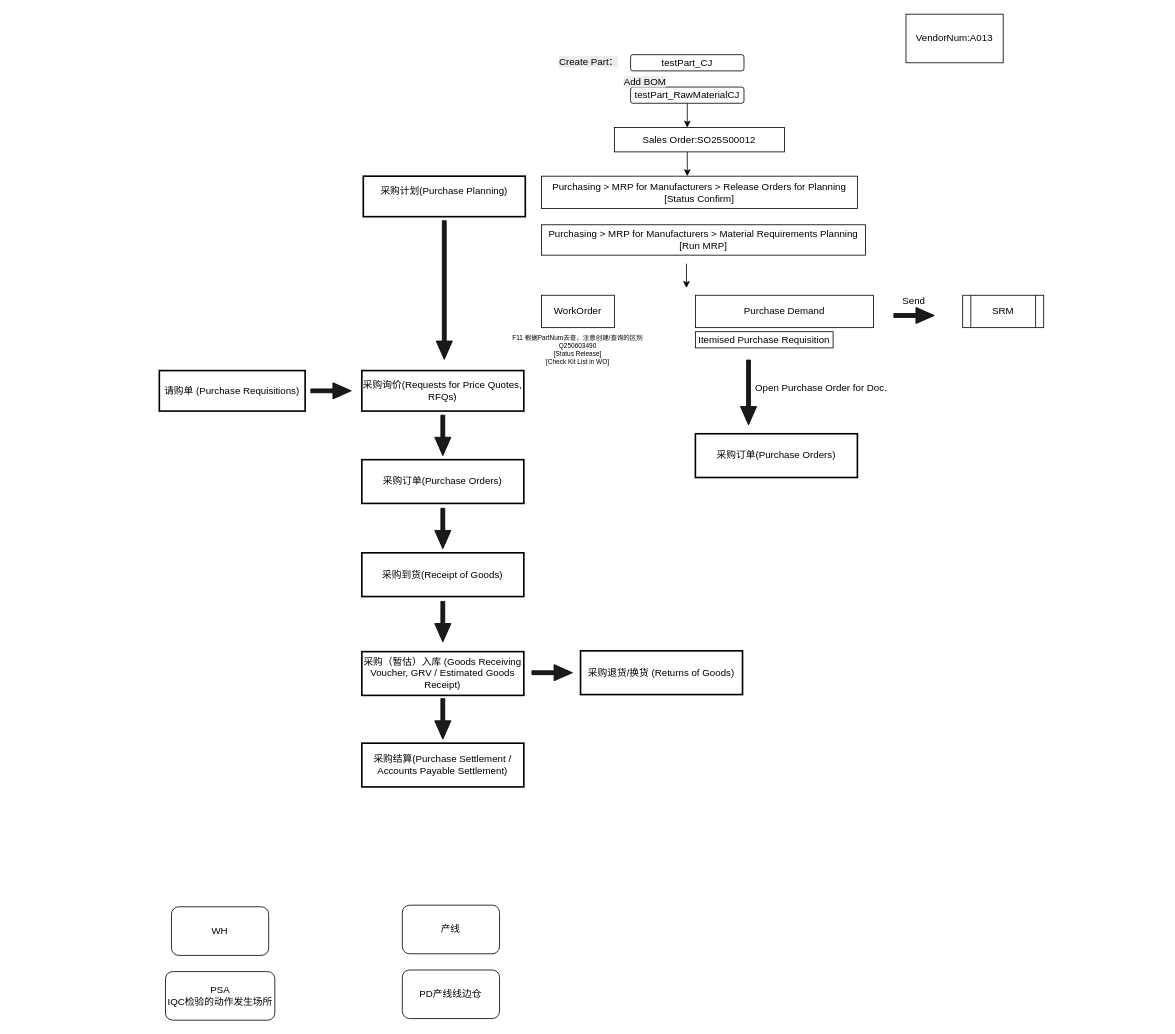
The draw.io diagram ERP.drawio in CJyoung524/DrawIO, before the edit. Source tidied: cells renumbered, new cells numbered last; positions are measured from the earlier drawing's top-left corner, leaving out a move shared by most shapes. Both pictures are drawn from the tidied source at 81%, with x=0, y=0 at pixel (159, 14).
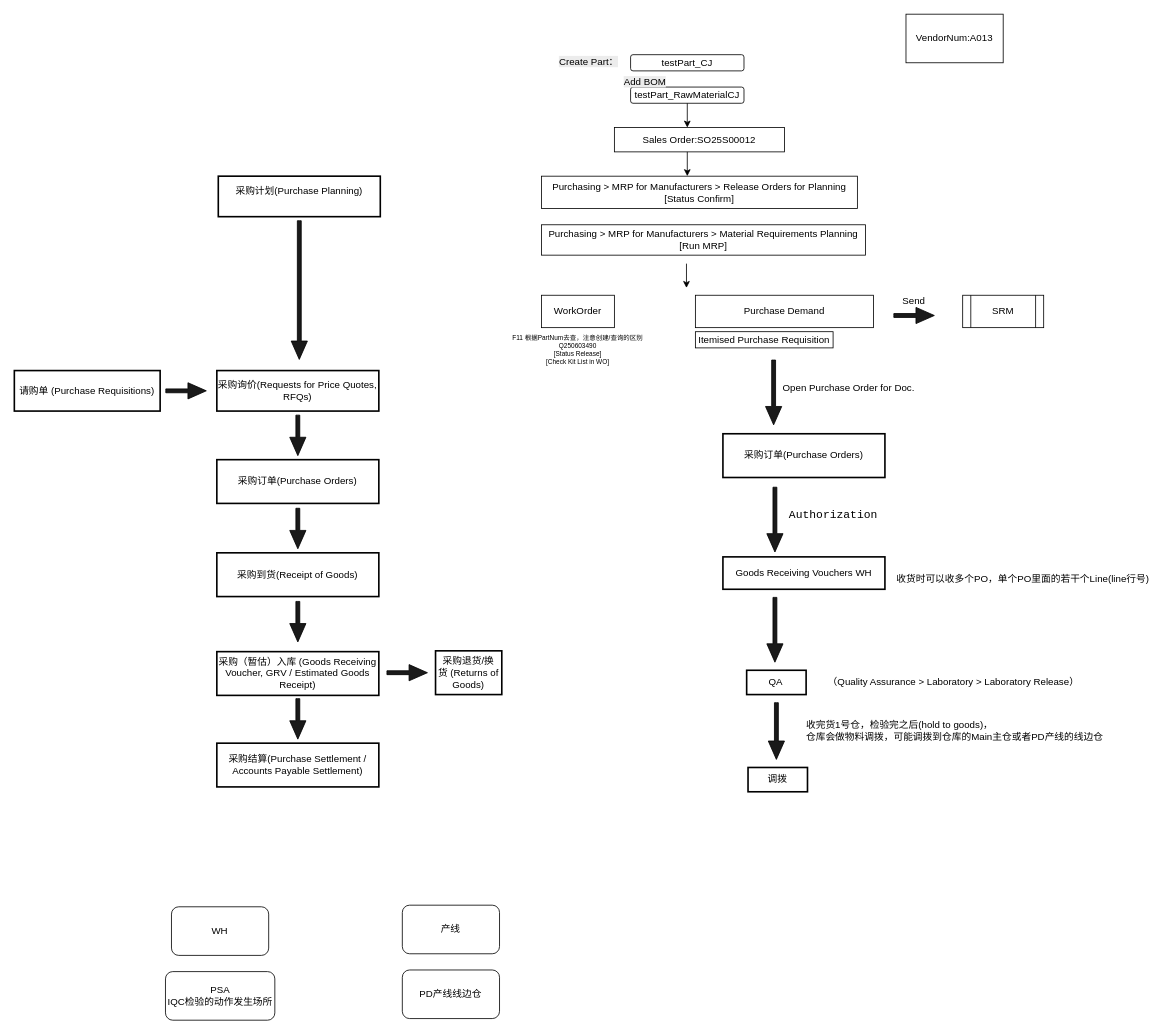
Above is the later version.

The edit, as a diff of the source:
```diff
@@
     <mxCell id="2" value="采购计划(Purchase Planning)&#10;" style="whiteSpace=wrap;strokeWidth=2;" parent="1" vertex="1">
-      <mxGeometry x="252" y="200" width="200" height="50" as="geometry" />
+      <mxGeometry x="73" y="200" width="200" height="50" as="geometry" />
     </mxCell>
     <mxCell id="3" value="采购询价(Requests for Price Quotes, RFQs)" style="whiteSpace=wrap;strokeWidth=2;" parent="1" vertex="1">
-      <mxGeometry x="250.2" y="440" width="200" height="50" as="geometry" />
+      <mxGeometry x="71.2" y="440" width="200" height="50" as="geometry" />
     </mxCell>
     <mxCell id="4" value="采购订单(Purchase Orders)" style="whiteSpace=wrap;strokeWidth=2;" parent="1" vertex="1">
-      <mxGeometry x="250.2" y="550" width="200" height="54" as="geometry" />
+      <mxGeometry x="71.2" y="550" width="200" height="54" as="geometry" />
     </mxCell>
     <mxCell id="5" value="采购到货(Receipt of Goods)" style="whiteSpace=wrap;strokeWidth=2;" parent="1" vertex="1">
-      <mxGeometry x="250.2" y="665" width="200" height="54" as="geometry" />
+      <mxGeometry x="71.2" y="665" width="200" height="54" as="geometry" />
     </mxCell>
     <mxCell id="6" value="采购（暂估）入库 (Goods Receiving Voucher, GRV / Estimated Goods Receipt)" style="whiteSpace=wrap;strokeWidth=2;" parent="1" vertex="1">
-      <mxGeometry x="250.2" y="787" width="200" height="54" as="geometry" />
+      <mxGeometry x="71.2" y="787" width="200" height="54" as="geometry" />
     </mxCell>
     <mxCell id="7" value="采购结算(Purchase Settlement / Accounts Payable Settlement)" style="whiteSpace=wrap;strokeWidth=2;" parent="1" vertex="1">
-      <mxGeometry x="250.2" y="900" width="200" height="54" as="geometry" />
+      <mxGeometry x="71.2" y="900" width="200" height="54" as="geometry" />
     </mxCell>
     <mxCell id="8" value="采购退货/换货 (Returns of Goods)" style="whiteSpace=wrap;strokeWidth=2;" parent="1" vertex="1">
-      <mxGeometry x="520.2" y="786" width="200" height="54" as="geometry" />
+      <mxGeometry x="341.2" y="786" width="81.8" height="54" as="geometry" />
     </mxCell>
     <mxCell id="9" value="请购单 (Purchase Requisitions)" style="whiteSpace=wrap;strokeWidth=2;" parent="1" vertex="1">
-      <mxGeometry x="0.2" y="440" width="180" height="50" as="geometry" />
+      <mxGeometry x="-178.8" y="440" width="180" height="50" as="geometry" />
     </mxCell>
     <mxCell id="10" style="html=1;shadow=0;dashed=0;align=center;verticalAlign=middle;shape=mxgraph.arrows2.arrow;dy=0.76;dx=22.67;notch=0;fillColor=#1A1A1A;" parent="1" vertex="1">
-      <mxGeometry x="187.2" y="455" width="50" height="20" as="geometry" />
+      <mxGeometry x="8.2" y="455" width="50" height="20" as="geometry" />
     </mxCell>
     <mxCell id="11" style="html=1;shadow=0;dashed=0;align=center;verticalAlign=middle;shape=mxgraph.arrows2.arrow;dy=0.76;dx=22.67;notch=0;fillColor=#1A1A1A;" parent="1" vertex="1">
-      <mxGeometry x="460.2" y="803" width="50" height="20" as="geometry" />
+      <mxGeometry x="281.2" y="803" width="50" height="20" as="geometry" />
     </mxCell>
     <mxCell id="12" style="html=1;shadow=0;dashed=0;align=center;verticalAlign=middle;shape=mxgraph.arrows2.arrow;dy=0.76;dx=22.67;notch=0;fillColor=#1A1A1A;rotation=90;" parent="1" vertex="1">
-      <mxGeometry x="266.4" y="330.6" width="171.2" height="20" as="geometry" />
+      <mxGeometry x="87.4" y="330.6" width="171.2" height="20" as="geometry" />
     </mxCell>
     <mxCell id="13" style="html=1;shadow=0;dashed=0;align=center;verticalAlign=middle;shape=mxgraph.arrows2.arrow;dy=0.76;dx=22.67;notch=0;fillColor=#1A1A1A;rotation=90;" parent="1" vertex="1">
-      <mxGeometry x="325.2" y="510" width="50" height="20" as="geometry" />
+      <mxGeometry x="146.2" y="510" width="50" height="20" as="geometry" />
     </mxCell>
     <mxCell id="14" style="html=1;shadow=0;dashed=0;align=center;verticalAlign=middle;shape=mxgraph.arrows2.arrow;dy=0.76;dx=22.67;notch=0;fillColor=#1A1A1A;rotation=90;" parent="1" vertex="1">
-      <mxGeometry x="325.2" y="625" width="50" height="20" as="geometry" />
+      <mxGeometry x="146.2" y="625" width="50" height="20" as="geometry" />
     </mxCell>
     <mxCell id="15" style="html=1;shadow=0;dashed=0;align=center;verticalAlign=middle;shape=mxgraph.arrows2.arrow;dy=0.76;dx=22.67;notch=0;fillColor=#1A1A1A;rotation=90;" parent="1" vertex="1">
-      <mxGeometry x="325.2" y="740" width="50" height="20" as="geometry" />
+      <mxGeometry x="146.2" y="740" width="50" height="20" as="geometry" />
     </mxCell>
     <mxCell id="16" style="html=1;shadow=0;dashed=0;align=center;verticalAlign=middle;shape=mxgraph.arrows2.arrow;dy=0.76;dx=22.67;notch=0;fillColor=#1A1A1A;rotation=90;" parent="1" vertex="1">
-      <mxGeometry x="325.2" y="860" width="50" height="20" as="geometry" />
+      <mxGeometry x="146.2" y="860" width="50" height="20" as="geometry" />
     </mxCell>
@@
     <mxCell id="37" value="采购订单(Purchase Orders)" style="whiteSpace=wrap;strokeWidth=2;" parent="1" vertex="1">
-      <mxGeometry x="662" y="518" width="200" height="54" as="geometry" />
+      <mxGeometry x="696" y="518" width="200" height="54" as="geometry" />
     </mxCell>
     <mxCell id="38" style="html=1;shadow=0;dashed=0;align=center;verticalAlign=middle;shape=mxgraph.arrows2.arrow;dy=0.76;dx=22.67;notch=0;fillColor=#1A1A1A;rotation=90;" parent="1" vertex="1">
-      <mxGeometry x="687.6" y="457" width="80" height="20" as="geometry" />
+      <mxGeometry x="718.6" y="457" width="80" height="20" as="geometry" />
     </mxCell>
     <mxCell id="39" value="Open Purchase Order for Doc." style="text;html=1;align=center;verticalAlign=middle;strokeColor=none;fillColor=none;" parent="1" vertex="1">
-      <mxGeometry x="722" y="447" width="190" height="30" as="geometry" />
+      <mxGeometry x="756" y="447" width="190" height="30" as="geometry" />
     </mxCell>
@@
+    <mxCell id="43" style="html=1;shadow=0;dashed=0;align=center;verticalAlign=middle;shape=mxgraph.arrows2.arrow;dy=0.76;dx=22.67;notch=0;fillColor=#1A1A1A;rotation=90;" parent="1" vertex="1">
+      <mxGeometry x="720.2" y="614" width="80" height="20" as="geometry" />
+    </mxCell>
+    <mxCell id="44" value="&lt;div style=&quot;font-family: Consolas, &amp;quot;Courier New&amp;quot;, monospace; font-size: 14px; line-height: 19px; white-space-collapse: preserve;&quot;&gt;&lt;font style=&quot;color: rgb(0, 0, 0);&quot;&gt;Authorization&lt;/font&gt;&lt;/div&gt;" style="text;html=1;align=center;verticalAlign=middle;strokeColor=none;fillColor=none;fontFamily=Helvetica;fontSize=12;fontColor=default;" parent="1" vertex="1">
+      <mxGeometry x="772" y="604" width="120" height="30" as="geometry" />
+    </mxCell>
+    <mxCell id="45" value="Goods Receiving Vouchers WH" style="whiteSpace=wrap;strokeWidth=2;" parent="1" vertex="1">
+      <mxGeometry x="696" y="670" width="200" height="40" as="geometry" />
+    </mxCell>
+    <mxCell id="46" value="&amp;nbsp;收货时可以收多个PO，单个PO里面的若干个Line(line行号)&amp;nbsp;" style="text;html=1;align=center;verticalAlign=middle;strokeColor=none;fillColor=none;" parent="1" vertex="1">
+      <mxGeometry x="896" y="682" width="340" height="30" as="geometry" />
+    </mxCell>
+    <mxCell id="47" style="html=1;shadow=0;dashed=0;align=center;verticalAlign=middle;shape=mxgraph.arrows2.arrow;dy=0.76;dx=22.67;notch=0;fillColor=#1A1A1A;rotation=90;" parent="1" vertex="1">
+      <mxGeometry x="720.2" y="750" width="80" height="20" as="geometry" />
+    </mxCell>
+    <mxCell id="48" value="QA" style="whiteSpace=wrap;strokeWidth=2;" parent="1" vertex="1">
+      <mxGeometry x="725.3" y="810" width="73.4" height="30" as="geometry" />
+    </mxCell>
+    <mxCell id="49" value="（Quality Assurance &amp;gt; Laboratory &amp;gt; Laboratory Release）&amp;nbsp;" style="text;html=1;align=center;verticalAlign=middle;strokeColor=none;fillColor=none;" parent="1" vertex="1">
+      <mxGeometry x="812" y="810" width="340" height="30" as="geometry" />
+    </mxCell>
+    <mxCell id="50" value="收完货1号仓，检验完之后(hold to goods)，&lt;div&gt;仓库会做物料调拨，可能调拨到仓库的Main主仓或者PD产线的线边仓&lt;/div&gt;" style="text;html=1;align=left;verticalAlign=middle;strokeColor=none;fillColor=none;" parent="1" vertex="1">
+      <mxGeometry x="797" y="865" width="390" height="40" as="geometry" />
+    </mxCell>
+    <mxCell id="51" style="html=1;shadow=0;dashed=0;align=center;verticalAlign=middle;shape=mxgraph.arrows2.arrow;dy=0.76;dx=22.67;notch=0;fillColor=#1A1A1A;rotation=90;" parent="1" vertex="1">
+      <mxGeometry x="727" y="875" width="70" height="20" as="geometry" />
+    </mxCell>
+    <mxCell id="52" value="调拨" style="whiteSpace=wrap;strokeWidth=2;" parent="1" vertex="1">
+      <mxGeometry x="727" y="930" width="73.4" height="30" as="geometry" />
+    </mxCell>
```
